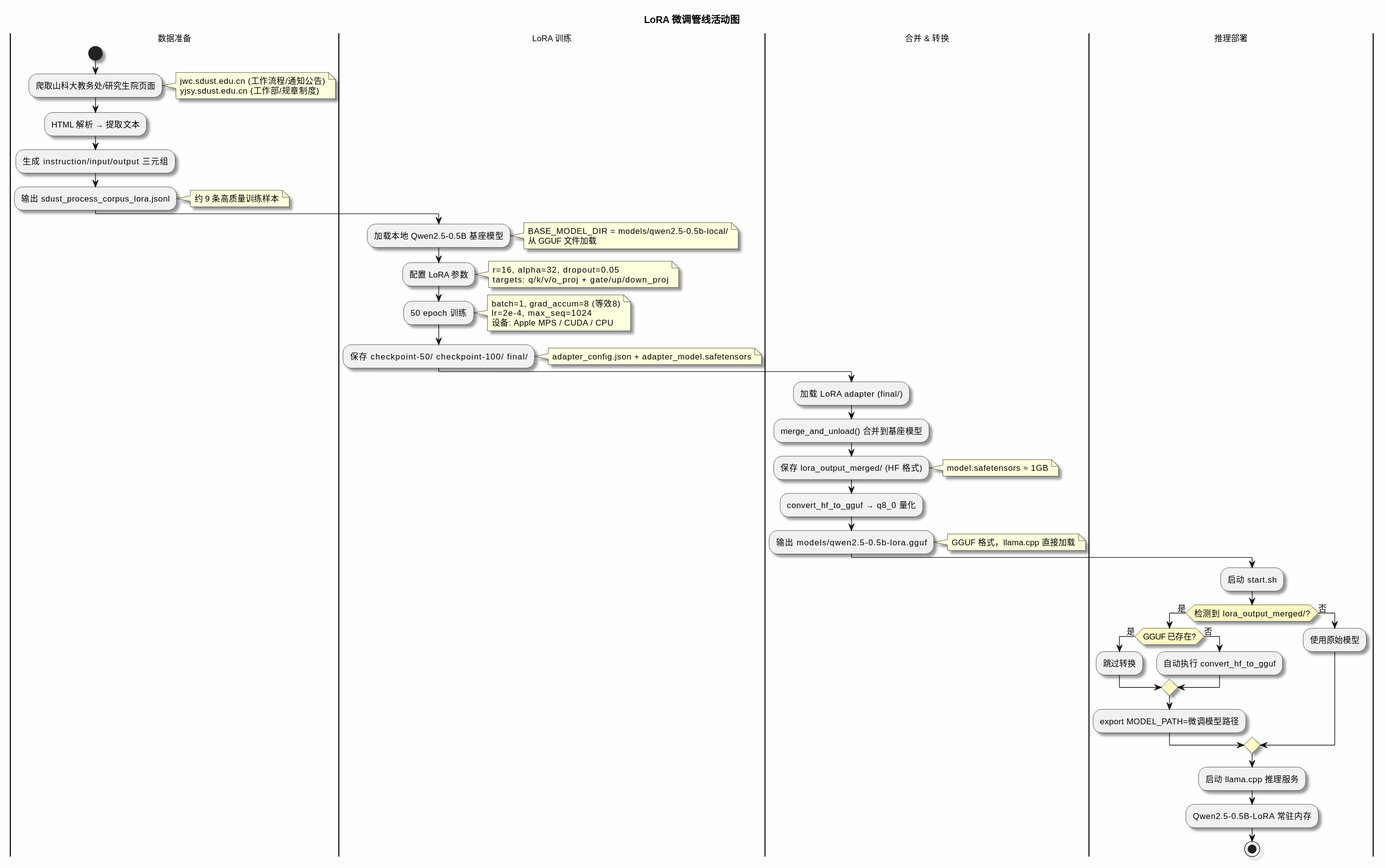
Earlier version of the PlantUML export docs/diagrams/LoRA微调管线活动图.svg (Smile-of-a-Mac/zhishitong). Its diagram source:
```plantuml
@startuml

skinparam backgroundColor #FEFEFE
skinparam defaultFontSize 12
skinparam shadowing true
skinparam activityDiamondBackgroundColor #FFF9C4

title LoRA 微调管线活动图

|数据准备|
start
:爬取山科大教务处/研究生院页面;
note right
  jwc.sdust.edu.cn (工作流程/通知公告)
  yjsy.sdust.edu.cn (工作部/规章制度)
end note
:HTML 解析 → 提取文本;
:生成 instruction/input/output 三元组;
:输出 sdust_process_corpus_lora.jsonl;
note right: 约 9 条高质量训练样本

|LoRA 训练|
:加载本地 Qwen2.5-0.5B 基座模型;
note right
  BASE_MODEL_DIR = models/qwen2.5-0.5b-local/
  从 GGUF 文件加载
end note
:配置 LoRA 参数;
note right
  r=16, alpha=32, dropout=0.05
  targets: q/k/v/o_proj + gate/up/down_proj
end note
:50 epoch 训练;
note right
  batch=1, grad_accum=8 (等效8)
  lr=2e-4, max_seq=1024
  设备: Apple MPS / CUDA / CPU
end note
:保存 checkpoint-50/ checkpoint-100/ final/;
note right: adapter_config.json + adapter_model.safetensors

|合并 & 转换|
:加载 LoRA adapter (final/);
:merge_and_unload() 合并到基座模型;
:保存 lora_output_merged/ (HF 格式);
note right: model.safetensors ≈ 1GB
:convert_hf_to_gguf → q8_0 量化;
:输出 models/qwen2.5-0.5b-lora.gguf;
note right: GGUF 格式，llama.cpp 直接加载

|推理部署|
:启动 start.sh;
if (检测到 lora_output_merged/?) then (是)
  if (GGUF 已存在?) then (是)
    :跳过转换;
  else (否)
    :自动执行 convert_hf_to_gguf;
  endif
  :export MODEL_PATH=微调模型路径;
else (否)
  :使用原始模型;
endif
:启动 llama.cpp 推理服务;
:Qwen2.5-0.5B-LoRA 常驻内存;
stop
@enduml
```
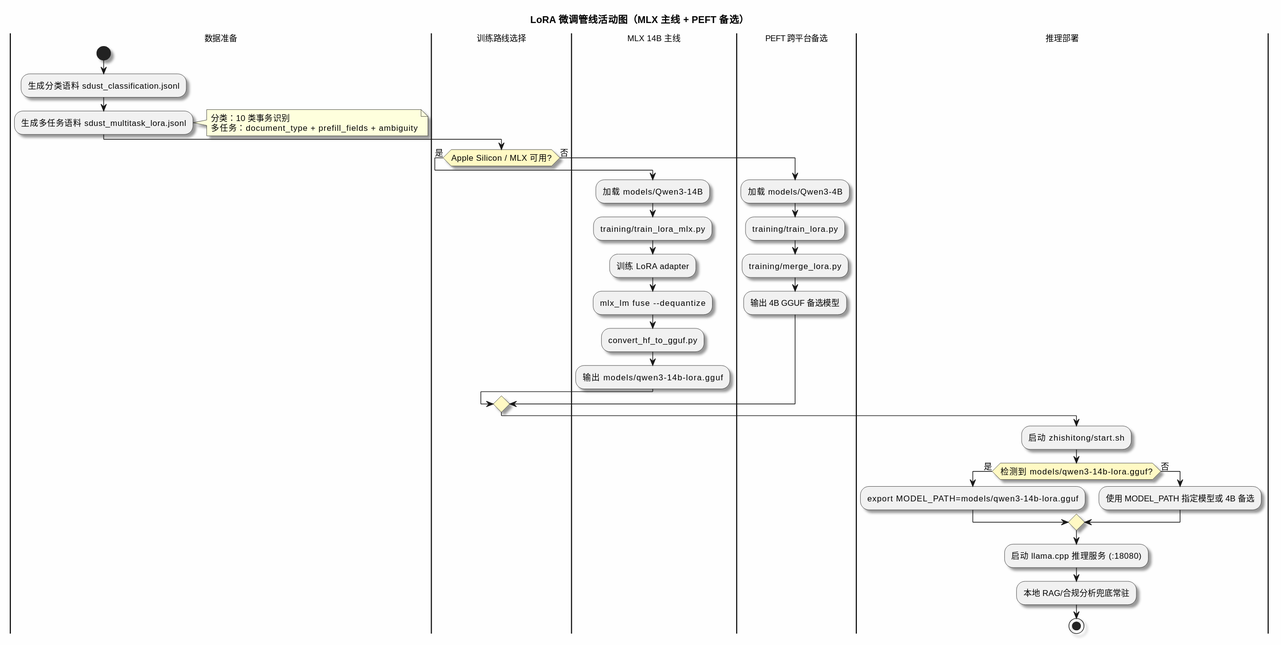
The same file after the commit.

Diff of the diagram source:
```diff
@@ -5,62 +5,42 @@
 skinparam shadowing true
 skinparam activityDiamondBackgroundColor #FFF9C4
 
-title LoRA 微调管线活动图
+title LoRA 微调管线活动图（MLX 主线 + PEFT 备选）
 
 |数据准备|
 start
-:爬取山科大教务处/研究生院页面;
+:生成分类语料 sdust_classification.jsonl;
+:生成多任务语料 sdust_multitask_lora.jsonl;
 note right
-  jwc.sdust.edu.cn (工作流程/通知公告)
-  yjsy.sdust.edu.cn (工作部/规章制度)
+  分类：10 类事务识别
+  多任务：document_type + prefill_fields + ambiguity
 end note
-:HTML 解析 → 提取文本;
-:生成 instruction/input/output 三元组;
-:输出 sdust_process_corpus_lora.jsonl;
-note right: 约 9 条高质量训练样本
 
-|LoRA 训练|
-:加载本地 Qwen2.5-0.5B 基座模型;
-note right
-  BASE_MODEL_DIR = models/qwen2.5-0.5b-local/
-  从 GGUF 文件加载
-end note
-:配置 LoRA 参数;
-note right
-  r=16, alpha=32, dropout=0.05
-  targets: q/k/v/o_proj + gate/up/down_proj
-end note
-:50 epoch 训练;
-note right
-  batch=1, grad_accum=8 (等效8)
-  lr=2e-4, max_seq=1024
-  设备: Apple MPS / CUDA / CPU
-end note
-:保存 checkpoint-50/ checkpoint-100/ final/;
-note right: adapter_config.json + adapter_model.safetensors
-
-|合并 & 转换|
-:加载 LoRA adapter (final/);
-:merge_and_unload() 合并到基座模型;
-:保存 lora_output_merged/ (HF 格式);
-note right: model.safetensors ≈ 1GB
-:convert_hf_to_gguf → q8_0 量化;
-:输出 models/qwen2.5-0.5b-lora.gguf;
-note right: GGUF 格式，llama.cpp 直接加载
+|训练路线选择|
+if (Apple Silicon / MLX 可用?) then (是)
+  |MLX 14B 主线|
+  :加载 models/Qwen3-14B;
+  :training/train_lora_mlx.py;
+  :训练 LoRA adapter;
+  :mlx_lm fuse --dequantize;
+  :convert_hf_to_gguf.py;
+  :输出 models/qwen3-14b-lora.gguf;
+else (否)
+  |PEFT 跨平台备选|
+  :加载 models/Qwen3-4B;
+  :training/train_lora.py;
+  :training/merge_lora.py;
+  :输出 4B GGUF 备选模型;
+endif
 
 |推理部署|
-:启动 start.sh;
-if (检测到 lora_output_merged/?) then (是)
-  if (GGUF 已存在?) then (是)
-    :跳过转换;
-  else (否)
-    :自动执行 convert_hf_to_gguf;
-  endif
-  :export MODEL_PATH=微调模型路径;
+:启动 zhishitong/start.sh;
+if (检测到 models/qwen3-14b-lora.gguf?) then (是)
+  :export MODEL_PATH=models/qwen3-14b-lora.gguf;
 else (否)
-  :使用原始模型;
+  :使用 MODEL_PATH 指定模型或 4B 备选;
 endif
-:启动 llama.cpp 推理服务;
-:Qwen2.5-0.5B-LoRA 常驻内存;
+:启动 llama.cpp 推理服务 (:18080);
+:本地 RAG/合规分析兜底常驻;
 stop
 @enduml
```
